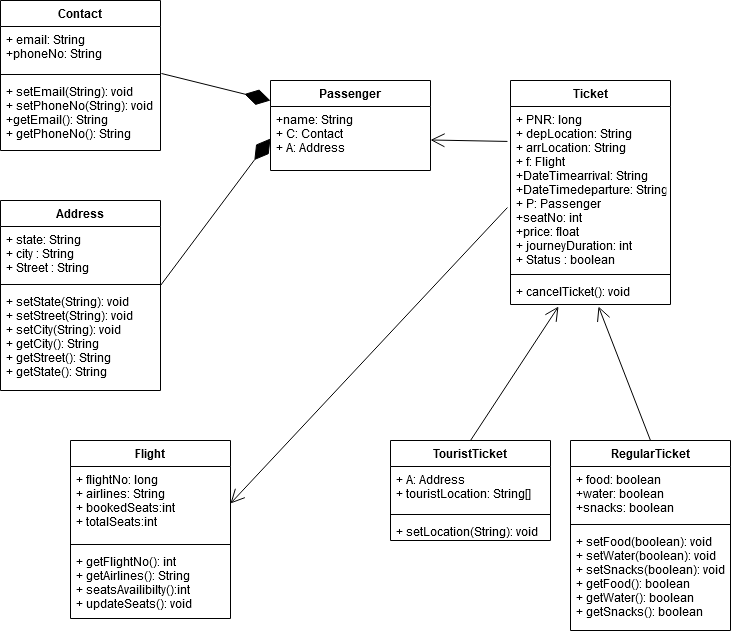
AyuDwi1996/Flight-Reservation-System keeps this draw.io diagram as Flight Reservation System UML.png. Above is the earlier version. Source tidied: cells renumbered, new cells last; positions are measured from the earlier drawing's top-left corner, leaving out a move shared by most shapes. Source of this version:
```xml
<mxGraphModel>
  <root>
    <mxCell id="0" />
    <mxCell id="1" parent="0" />
    <mxCell id="2" value="Flight" style="swimlane;fontStyle=1;align=center;verticalAlign=top;horizontal=1;startSize=26;" parent="1" vertex="1">
      <mxGeometry x="70" y="440" width="160" height="178" as="geometry" />
    </mxCell>
    <mxCell id="3" value="+ flightNo: long&#10;+ airlines: String&#10;+ bookedSeats:int&#10;+ totalSeats:int" style="text;strokeColor=none;fillColor=none;align=left;verticalAlign=top;spacingLeft=4;spacingRight=4;overflow=hidden;points=[[0,0.5],[1,0.5]];portConstraint=eastwest;" parent="2" vertex="1">
      <mxGeometry y="26" width="160" height="74" as="geometry" />
    </mxCell>
    <mxCell id="4" style="line;strokeWidth=1;fillColor=none;align=left;verticalAlign=middle;spacingTop=-1;spacingLeft=3;spacingRight=3;labelPosition=right;" parent="2" vertex="1">
      <mxGeometry y="100" width="160" height="8" as="geometry" />
    </mxCell>
    <mxCell id="5" value="+ getFlightNo(): int&#10;+ getAirlines(): String&#10;+ seatsAvailibilty():int&#10;+ updateSeats(): void&#10;" style="text;strokeColor=none;fillColor=none;align=left;verticalAlign=top;spacingLeft=4;spacingRight=4;overflow=hidden;" parent="2" vertex="1">
      <mxGeometry y="108" width="160" height="70" as="geometry" />
    </mxCell>
    <mxCell id="6" value="Passenger" style="swimlane;fontStyle=1;align=center;verticalAlign=top;horizontal=1;startSize=26;" parent="1" vertex="1">
      <mxGeometry x="270" y="80" width="160" height="90" as="geometry" />
    </mxCell>
    <mxCell id="7" value="+name: String&#10;+ C: Contact&#10;+ A: Address&#10;" style="text;strokeColor=none;fillColor=none;align=left;verticalAlign=top;spacingLeft=4;spacingRight=4;overflow=hidden;points=[[0,0.5],[1,0.5]];portConstraint=eastwest;" parent="6" vertex="1">
      <mxGeometry y="26" width="160" height="64" as="geometry" />
    </mxCell>
    <mxCell id="8" value="Contact" style="swimlane;fontStyle=1;align=center;verticalAlign=top;horizontal=1;startSize=26;" parent="1" vertex="1">
      <mxGeometry width="160" height="150" as="geometry" />
    </mxCell>
    <mxCell id="9" value="+ email: String&#10;+phoneNo: String&#10;" style="text;strokeColor=none;fillColor=none;align=left;verticalAlign=top;spacingLeft=4;spacingRight=4;overflow=hidden;points=[[0,0.5],[1,0.5]];portConstraint=eastwest;" parent="8" vertex="1">
      <mxGeometry y="26" width="160" height="44" as="geometry" />
    </mxCell>
    <mxCell id="10" style="line;strokeWidth=1;fillColor=none;align=left;verticalAlign=middle;spacingTop=-1;spacingLeft=3;spacingRight=3;labelPosition=right;" parent="8" vertex="1">
      <mxGeometry y="70" width="160" height="8" as="geometry" />
    </mxCell>
    <mxCell id="11" value="+ setEmail(String): void&#10;+ setPhoneNo(String): void&#10;+getEmail(): String&#10;+ getPhoneNo(): String&#10;" style="text;strokeColor=none;fillColor=none;align=left;verticalAlign=top;spacingLeft=4;spacingRight=4;overflow=hidden;" parent="8" vertex="1">
      <mxGeometry y="78" width="160" height="72" as="geometry" />
    </mxCell>
    <mxCell id="12" value="Address" style="swimlane;fontStyle=1;align=center;verticalAlign=top;horizontal=1;startSize=26;" parent="1" vertex="1">
      <mxGeometry y="200" width="160" height="190" as="geometry" />
    </mxCell>
    <mxCell id="13" value="+ state: String&#10;+ city : String&#10;+ Street : String&#10;" style="text;strokeColor=none;fillColor=none;align=left;verticalAlign=top;spacingLeft=4;spacingRight=4;overflow=hidden;points=[[0,0.5],[1,0.5]];portConstraint=eastwest;" parent="12" vertex="1">
      <mxGeometry y="26" width="160" height="54" as="geometry" />
    </mxCell>
    <mxCell id="14" style="line;strokeWidth=1;fillColor=none;align=left;verticalAlign=middle;spacingTop=-1;spacingLeft=3;spacingRight=3;labelPosition=right;" parent="12" vertex="1">
      <mxGeometry y="80" width="160" height="8" as="geometry" />
    </mxCell>
    <mxCell id="15" value="+ setState(String): void&#10;+ setStreet(String): void&#10;+ setCity(String): void&#10;+ getCity(): String&#10;+ getStreet(): String&#10;+ getState(): String&#10;" style="text;strokeColor=none;fillColor=none;align=left;verticalAlign=top;spacingLeft=4;spacingRight=4;overflow=hidden;" parent="12" vertex="1">
      <mxGeometry y="88" width="160" height="102" as="geometry" />
    </mxCell>
    <mxCell id="16" value="Ticket" style="swimlane;fontStyle=1;align=center;verticalAlign=top;horizontal=1;startSize=26;" parent="1" vertex="1">
      <mxGeometry x="510" y="80" width="160" height="224" as="geometry" />
    </mxCell>
    <mxCell id="17" value="+ PNR: long&#10;+ depLocation: String&#10;+ arrLocation: String&#10;+ f: Flight&#10;+DateTimearrival: String&#10;+DateTimedeparture: String&#10;+ P: Passenger&#10;+seatNo: int&#10;+price: float&#10;+ journeyDuration: int&#10;+ Status : boolean&#10;&#10;" style="text;strokeColor=none;fillColor=none;align=left;verticalAlign=top;spacingLeft=4;spacingRight=4;overflow=hidden;points=[[0,0.5],[1,0.5]];portConstraint=eastwest;" parent="16" vertex="1">
      <mxGeometry y="26" width="160" height="164" as="geometry" />
    </mxCell>
    <mxCell id="18" style="line;strokeWidth=1;fillColor=none;align=left;verticalAlign=middle;spacingTop=-1;spacingLeft=3;spacingRight=3;labelPosition=right;" parent="16" vertex="1">
      <mxGeometry y="190" width="160" height="8" as="geometry" />
    </mxCell>
    <mxCell id="19" value="+ cancelTicket(): void" style="text;strokeColor=none;fillColor=none;align=left;verticalAlign=top;spacingLeft=4;spacingRight=4;overflow=hidden;points=[[0,0.5],[1,0.5]];portConstraint=eastwest;" parent="16" vertex="1">
      <mxGeometry y="198" width="160" height="26" as="geometry" />
    </mxCell>
    <mxCell id="20" value="RegularTicket" style="swimlane;fontStyle=1;align=center;verticalAlign=top;horizontal=1;startSize=26;" parent="1" vertex="1">
      <mxGeometry x="570" y="440" width="160" height="190" as="geometry" />
    </mxCell>
    <mxCell id="21" value="+ food: boolean&#10;+water: boolean&#10;+snacks: boolean&#10;" style="text;strokeColor=none;fillColor=none;align=left;verticalAlign=top;spacingLeft=4;spacingRight=4;overflow=hidden;" parent="20" vertex="1">
      <mxGeometry y="26" width="160" height="54" as="geometry" />
    </mxCell>
    <mxCell id="22" style="line;strokeWidth=1;fillColor=none;align=left;verticalAlign=middle;spacingTop=-1;spacingLeft=3;spacingRight=3;labelPosition=right;" parent="20" vertex="1">
      <mxGeometry y="80" width="160" height="8" as="geometry" />
    </mxCell>
    <mxCell id="23" value="+ setFood(boolean): void&#10;+ setWater(boolean): void&#10;+ setSnacks(boolean): void&#10;+ getFood(): boolean&#10;+ getWater(): boolean&#10;+ getSnacks(): boolean" style="text;strokeColor=none;fillColor=none;align=left;verticalAlign=top;spacingLeft=4;spacingRight=4;overflow=hidden;" parent="20" vertex="1">
      <mxGeometry y="88" width="160" height="102" as="geometry" />
    </mxCell>
    <mxCell id="24" value="TouristTicket" style="swimlane;fontStyle=1;align=center;verticalAlign=top;horizontal=1;startSize=26;" parent="1" vertex="1">
      <mxGeometry x="390" y="440" width="160" height="100" as="geometry" />
    </mxCell>
    <mxCell id="25" value="+ A: Address&#10;+ touristLocation: String[]&#10;" style="text;strokeColor=none;fillColor=none;align=left;verticalAlign=top;spacingLeft=4;spacingRight=4;overflow=hidden;" parent="24" vertex="1">
      <mxGeometry y="26" width="160" height="44" as="geometry" />
    </mxCell>
    <mxCell id="26" style="line;strokeWidth=1;fillColor=none;align=left;verticalAlign=middle;spacingTop=-1;spacingLeft=3;spacingRight=3;labelPosition=right;" parent="24" vertex="1">
      <mxGeometry y="70" width="160" height="8" as="geometry" />
    </mxCell>
    <mxCell id="27" value="+ setLocation(String): void" style="text;strokeColor=none;fillColor=none;align=left;verticalAlign=top;spacingLeft=4;spacingRight=4;overflow=hidden;" parent="24" vertex="1">
      <mxGeometry y="78" width="160" height="22" as="geometry" />
    </mxCell>
    <mxCell id="28" style="endArrow=open;endFill=1;endSize=12;html=1;entryX=0.3;entryY=1.077;entryDx=0;entryDy=0;entryPerimeter=0;exitX=0.5;exitY=0;exitDx=0;exitDy=0;" parent="1" edge="1" source="24" target="19">
      <mxGeometry relative="1" as="geometry" />
    </mxCell>
    <mxCell id="29" style="endArrow=open;endFill=1;endSize=12;html=1;exitX=0.5;exitY=0;exitDx=0;exitDy=0;entryX=0.55;entryY=1.077;entryDx=0;entryDy=0;entryPerimeter=0;" parent="1" edge="1" source="20" target="19">
      <mxGeometry relative="1" as="geometry" />
    </mxCell>
    <mxCell id="30" style="endArrow=open;endFill=1;endSize=12;html=1;exitX=-0.019;exitY=0.213;exitDx=0;exitDy=0;exitPerimeter=0;" parent="1" edge="1" source="17" target="7">
      <mxGeometry relative="1" as="geometry" />
    </mxCell>
    <mxCell id="31" style="endArrow=diamondThin;endFill=1;endSize=24;html=1;exitX=1.006;exitY=1.068;exitDx=0;exitDy=0;exitPerimeter=0;" parent="1" edge="1" source="9">
      <mxGeometry relative="1" as="geometry">
        <mxPoint x="270" y="100" as="targetPoint" />
      </mxGeometry>
    </mxCell>
    <mxCell id="32" style="endArrow=diamondThin;endFill=1;endSize=24;html=1;exitX=1;exitY=1.093;exitDx=0;exitDy=0;exitPerimeter=0;entryX=0;entryY=0.5;entryDx=0;entryDy=0;" parent="1" edge="1" source="13" target="7">
      <mxGeometry relative="1" as="geometry" />
    </mxCell>
    <mxCell id="33" style="endArrow=open;endFill=1;endSize=12;html=1;exitX=-0.019;exitY=0.616;exitDx=0;exitDy=0;exitPerimeter=0;entryX=1;entryY=0.5;entryDx=0;entryDy=0;" parent="1" edge="1" source="17" target="3">
      <mxGeometry relative="1" as="geometry" />
    </mxCell>
  </root>
</mxGraphModel>
```
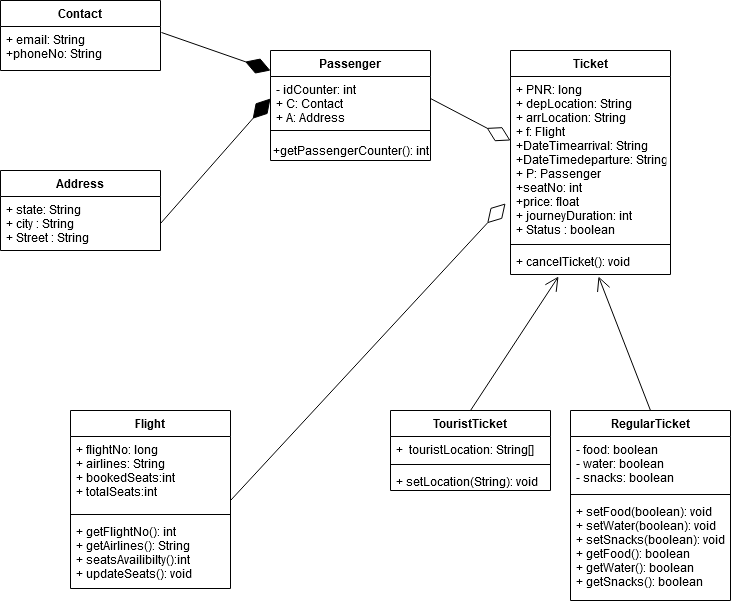
The same file after the commit.

What changed in the source:
```diff
@@ -15,35 +15,29 @@
       <mxGeometry y="108" width="160" height="70" as="geometry" />
     </mxCell>
     <mxCell id="6" value="Passenger" style="swimlane;fontStyle=1;align=center;verticalAlign=top;horizontal=1;startSize=26;" parent="1" vertex="1">
-      <mxGeometry x="270" y="80" width="160" height="90" as="geometry" />
+      <mxGeometry x="270" y="80" width="160" height="110" as="geometry" />
     </mxCell>
-    <mxCell id="7" value="+name: String&#10;+ C: Contact&#10;+ A: Address&#10;" style="text;strokeColor=none;fillColor=none;align=left;verticalAlign=top;spacingLeft=4;spacingRight=4;overflow=hidden;points=[[0,0.5],[1,0.5]];portConstraint=eastwest;" parent="6" vertex="1">
-      <mxGeometry y="26" width="160" height="64" as="geometry" />
+    <mxCell id="7" value="- idCounter: int&#10;+ C: Contact&#10;+ A: Address&#10;" style="text;strokeColor=none;fillColor=none;align=left;verticalAlign=top;spacingLeft=4;spacingRight=4;overflow=hidden;points=[[0,0.5],[1,0.5]];portConstraint=eastwest;" parent="6" vertex="1">
+      <mxGeometry y="26" width="160" height="44" as="geometry" />
     </mxCell>
+    <mxCell id="34" style="line;strokeWidth=1;fillColor=none;align=left;verticalAlign=middle;spacingTop=-1;spacingLeft=3;spacingRight=3;labelPosition=right;" parent="6" vertex="1">
+      <mxGeometry y="70" width="160" height="20" as="geometry" />
+    </mxCell>
+    <mxCell id="35" value="+getPassengerCounter(): int" style="text;html=1;align=center;verticalAlign=middle;" parent="6" vertex="1">
+      <mxGeometry y="90" width="160" height="20" as="geometry" />
+    </mxCell>
     <mxCell id="8" value="Contact" style="swimlane;fontStyle=1;align=center;verticalAlign=top;horizontal=1;startSize=26;" parent="1" vertex="1">
-      <mxGeometry width="160" height="150" as="geometry" />
+      <mxGeometry y="30" width="160" height="70" as="geometry" />
     </mxCell>
     <mxCell id="9" value="+ email: String&#10;+phoneNo: String&#10;" style="text;strokeColor=none;fillColor=none;align=left;verticalAlign=top;spacingLeft=4;spacingRight=4;overflow=hidden;points=[[0,0.5],[1,0.5]];portConstraint=eastwest;" parent="8" vertex="1">
       <mxGeometry y="26" width="160" height="44" as="geometry" />
     </mxCell>
-    <mxCell id="10" style="line;strokeWidth=1;fillColor=none;align=left;verticalAlign=middle;spacingTop=-1;spacingLeft=3;spacingRight=3;labelPosition=right;" parent="8" vertex="1">
-      <mxGeometry y="70" width="160" height="8" as="geometry" />
-    </mxCell>
-    <mxCell id="11" value="+ setEmail(String): void&#10;+ setPhoneNo(String): void&#10;+getEmail(): String&#10;+ getPhoneNo(): String&#10;" style="text;strokeColor=none;fillColor=none;align=left;verticalAlign=top;spacingLeft=4;spacingRight=4;overflow=hidden;" parent="8" vertex="1">
-      <mxGeometry y="78" width="160" height="72" as="geometry" />
-    </mxCell>
     <mxCell id="12" value="Address" style="swimlane;fontStyle=1;align=center;verticalAlign=top;horizontal=1;startSize=26;" parent="1" vertex="1">
-      <mxGeometry y="200" width="160" height="190" as="geometry" />
+      <mxGeometry y="200" width="160" height="80" as="geometry" />
     </mxCell>
     <mxCell id="13" value="+ state: String&#10;+ city : String&#10;+ Street : String&#10;" style="text;strokeColor=none;fillColor=none;align=left;verticalAlign=top;spacingLeft=4;spacingRight=4;overflow=hidden;points=[[0,0.5],[1,0.5]];portConstraint=eastwest;" parent="12" vertex="1">
       <mxGeometry y="26" width="160" height="54" as="geometry" />
     </mxCell>
-    <mxCell id="14" style="line;strokeWidth=1;fillColor=none;align=left;verticalAlign=middle;spacingTop=-1;spacingLeft=3;spacingRight=3;labelPosition=right;" parent="12" vertex="1">
-      <mxGeometry y="80" width="160" height="8" as="geometry" />
-    </mxCell>
-    <mxCell id="15" value="+ setState(String): void&#10;+ setStreet(String): void&#10;+ setCity(String): void&#10;+ getCity(): String&#10;+ getStreet(): String&#10;+ getState(): String&#10;" style="text;strokeColor=none;fillColor=none;align=left;verticalAlign=top;spacingLeft=4;spacingRight=4;overflow=hidden;" parent="12" vertex="1">
-      <mxGeometry y="88" width="160" height="102" as="geometry" />
-    </mxCell>
     <mxCell id="16" value="Ticket" style="swimlane;fontStyle=1;align=center;verticalAlign=top;horizontal=1;startSize=26;" parent="1" vertex="1">
       <mxGeometry x="510" y="80" width="160" height="224" as="geometry" />
     </mxCell>
@@ -59,7 +53,7 @@
     <mxCell id="20" value="RegularTicket" style="swimlane;fontStyle=1;align=center;verticalAlign=top;horizontal=1;startSize=26;" parent="1" vertex="1">
       <mxGeometry x="570" y="440" width="160" height="190" as="geometry" />
     </mxCell>
-    <mxCell id="21" value="+ food: boolean&#10;+water: boolean&#10;+snacks: boolean&#10;" style="text;strokeColor=none;fillColor=none;align=left;verticalAlign=top;spacingLeft=4;spacingRight=4;overflow=hidden;" parent="20" vertex="1">
+    <mxCell id="21" value="- food: boolean&#10;- water: boolean&#10;- snacks: boolean&#10;" style="text;strokeColor=none;fillColor=none;align=left;verticalAlign=top;spacingLeft=4;spacingRight=4;overflow=hidden;" parent="20" vertex="1">
       <mxGeometry y="26" width="160" height="54" as="geometry" />
     </mxCell>
     <mxCell id="22" style="line;strokeWidth=1;fillColor=none;align=left;verticalAlign=middle;spacingTop=-1;spacingLeft=3;spacingRight=3;labelPosition=right;" parent="20" vertex="1">
@@ -69,16 +63,16 @@
       <mxGeometry y="88" width="160" height="102" as="geometry" />
     </mxCell>
     <mxCell id="24" value="TouristTicket" style="swimlane;fontStyle=1;align=center;verticalAlign=top;horizontal=1;startSize=26;" parent="1" vertex="1">
-      <mxGeometry x="390" y="440" width="160" height="100" as="geometry" />
+      <mxGeometry x="390" y="440" width="160" height="80" as="geometry" />
     </mxCell>
-    <mxCell id="25" value="+ A: Address&#10;+ touristLocation: String[]&#10;" style="text;strokeColor=none;fillColor=none;align=left;verticalAlign=top;spacingLeft=4;spacingRight=4;overflow=hidden;" parent="24" vertex="1">
-      <mxGeometry y="26" width="160" height="44" as="geometry" />
+    <mxCell id="25" value="+  touristLocation: String[]" style="text;strokeColor=none;fillColor=none;align=left;verticalAlign=top;spacingLeft=4;spacingRight=4;overflow=hidden;" parent="24" vertex="1">
+      <mxGeometry y="26" width="160" height="24" as="geometry" />
     </mxCell>
     <mxCell id="26" style="line;strokeWidth=1;fillColor=none;align=left;verticalAlign=middle;spacingTop=-1;spacingLeft=3;spacingRight=3;labelPosition=right;" parent="24" vertex="1">
-      <mxGeometry y="70" width="160" height="8" as="geometry" />
+      <mxGeometry y="50" width="160" height="8" as="geometry" />
     </mxCell>
     <mxCell id="27" value="+ setLocation(String): void" style="text;strokeColor=none;fillColor=none;align=left;verticalAlign=top;spacingLeft=4;spacingRight=4;overflow=hidden;" parent="24" vertex="1">
-      <mxGeometry y="78" width="160" height="22" as="geometry" />
+      <mxGeometry y="58" width="160" height="22" as="geometry" />
     </mxCell>
     <mxCell id="28" style="endArrow=open;endFill=1;endSize=12;html=1;entryX=0.3;entryY=1.077;entryDx=0;entryDy=0;entryPerimeter=0;exitX=0.5;exitY=0;exitDx=0;exitDy=0;" parent="1" edge="1" source="24" target="19">
       <mxGeometry relative="1" as="geometry" />
@@ -86,19 +80,21 @@
     <mxCell id="29" style="endArrow=open;endFill=1;endSize=12;html=1;exitX=0.5;exitY=0;exitDx=0;exitDy=0;entryX=0.55;entryY=1.077;entryDx=0;entryDy=0;entryPerimeter=0;" parent="1" edge="1" source="20" target="19">
       <mxGeometry relative="1" as="geometry" />
     </mxCell>
-    <mxCell id="30" style="endArrow=open;endFill=1;endSize=12;html=1;exitX=-0.019;exitY=0.213;exitDx=0;exitDy=0;exitPerimeter=0;" parent="1" edge="1" source="17" target="7">
-      <mxGeometry relative="1" as="geometry" />
-    </mxCell>
-    <mxCell id="31" style="endArrow=diamondThin;endFill=1;endSize=24;html=1;exitX=1.006;exitY=1.068;exitDx=0;exitDy=0;exitPerimeter=0;" parent="1" edge="1" source="9">
+    <mxCell id="31" style="endArrow=diamondThin;endFill=1;endSize=24;html=1;exitX=1.006;exitY=0.136;exitDx=0;exitDy=0;exitPerimeter=0;" parent="1" edge="1" source="9">
       <mxGeometry relative="1" as="geometry">
         <mxPoint x="270" y="100" as="targetPoint" />
       </mxGeometry>
     </mxCell>
-    <mxCell id="32" style="endArrow=diamondThin;endFill=1;endSize=24;html=1;exitX=1;exitY=1.093;exitDx=0;exitDy=0;exitPerimeter=0;entryX=0;entryY=0.5;entryDx=0;entryDy=0;" parent="1" edge="1" source="13" target="7">
+    <mxCell id="32" style="endArrow=diamondThin;endFill=1;endSize=24;html=1;exitX=1;exitY=0.5;exitDx=0;exitDy=0;entryX=0;entryY=0.5;entryDx=0;entryDy=0;" parent="1" edge="1" source="13" target="7">
       <mxGeometry relative="1" as="geometry" />
     </mxCell>
-    <mxCell id="33" style="endArrow=open;endFill=1;endSize=12;html=1;exitX=-0.019;exitY=0.616;exitDx=0;exitDy=0;exitPerimeter=0;entryX=1;entryY=0.5;entryDx=0;entryDy=0;" parent="1" edge="1" source="17" target="3">
-      <mxGeometry relative="1" as="geometry" />
-    </mxCell>
+    <mxCell id="36" style="endArrow=diamondThin;endFill=0;endSize=24;html=1;entryX=-0.031;entryY=0.774;entryDx=0;entryDy=0;entryPerimeter=0;" parent="1" edge="1" target="17">
+      <mxGeometry relative="1" as="geometry">
+        <mxPoint x="230" y="530" as="sourcePoint" />
+      </mxGeometry>
+    </mxCell>
+    <mxCell id="37" style="endArrow=diamondThin;endFill=0;endSize=24;html=1;entryX=0;entryY=0.39;entryDx=0;entryDy=0;entryPerimeter=0;exitX=1;exitY=0.5;exitDx=0;exitDy=0;" parent="1" edge="1" source="7" target="17">
+      <mxGeometry relative="1" as="geometry" />
+    </mxCell>
   </root>
 </mxGraphModel>
```
